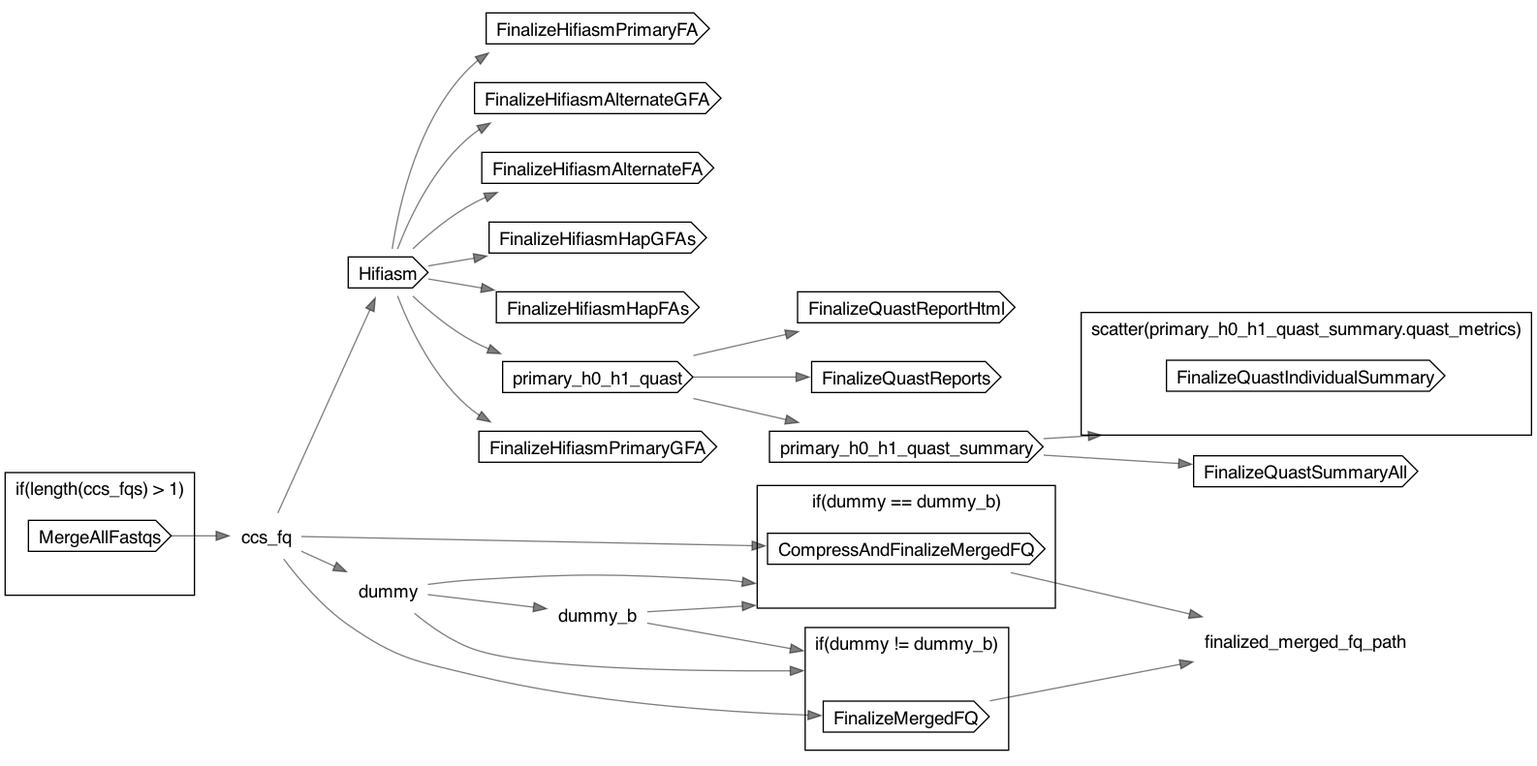
The Graphviz diagram dot/PBAssembleWithHifiasm.dot.png in broadinstitute/long-read-pipelines, before a commit. Its source is kept beside it as dot/PBAssembleWithHifiasm.dot.
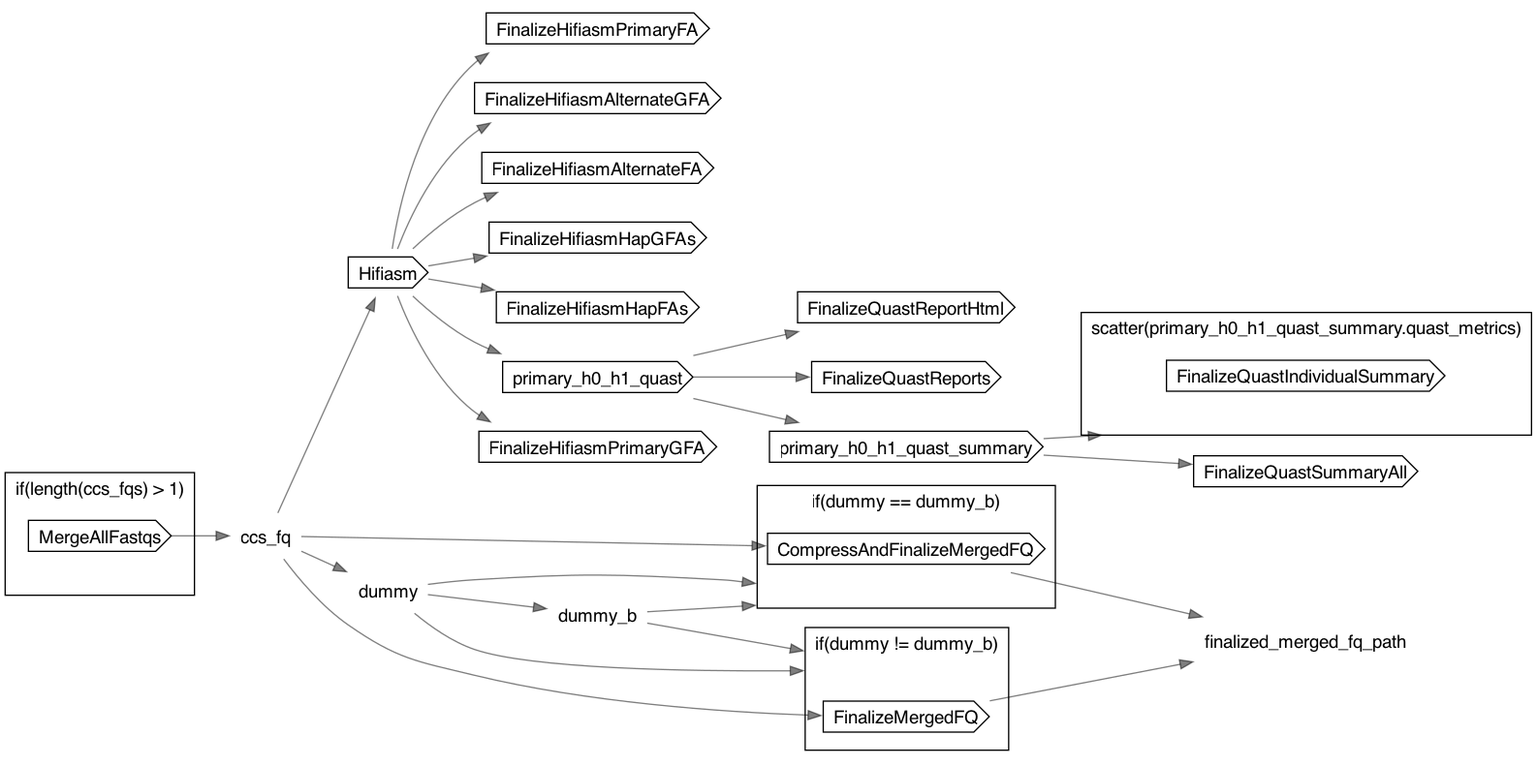
The same file after the commit.

The edit, as a diff of the source:
```diff
@@ -50,8 +50,8 @@
 	"decl-dummy" -> "if-L73C5" [lhead="cluster-if-L73C5"]
 	"decl-dummy_b" -> "if-L73C5" [lhead="cluster-if-L73C5"]
 	"decl-ccs_fq" -> "call-CompressAndFinalizeMergedFQ"
+	"call-CompressAndFinalizeMergedFQ" -> "decl-finalized_merged_fq_path"
 	"call-FinalizeMergedFQ" -> "decl-finalized_merged_fq_path"
-	"call-CompressAndFinalizeMergedFQ" -> "decl-finalized_merged_fq_path"
 	"call-Hifiasm" -> "call-FinalizeHifiasmPrimaryGFA"
 	"call-Hifiasm" -> "call-FinalizeHifiasmPrimaryFA"
 	"call-Hifiasm" -> "call-FinalizeHifiasmAlternateGFA"
```
